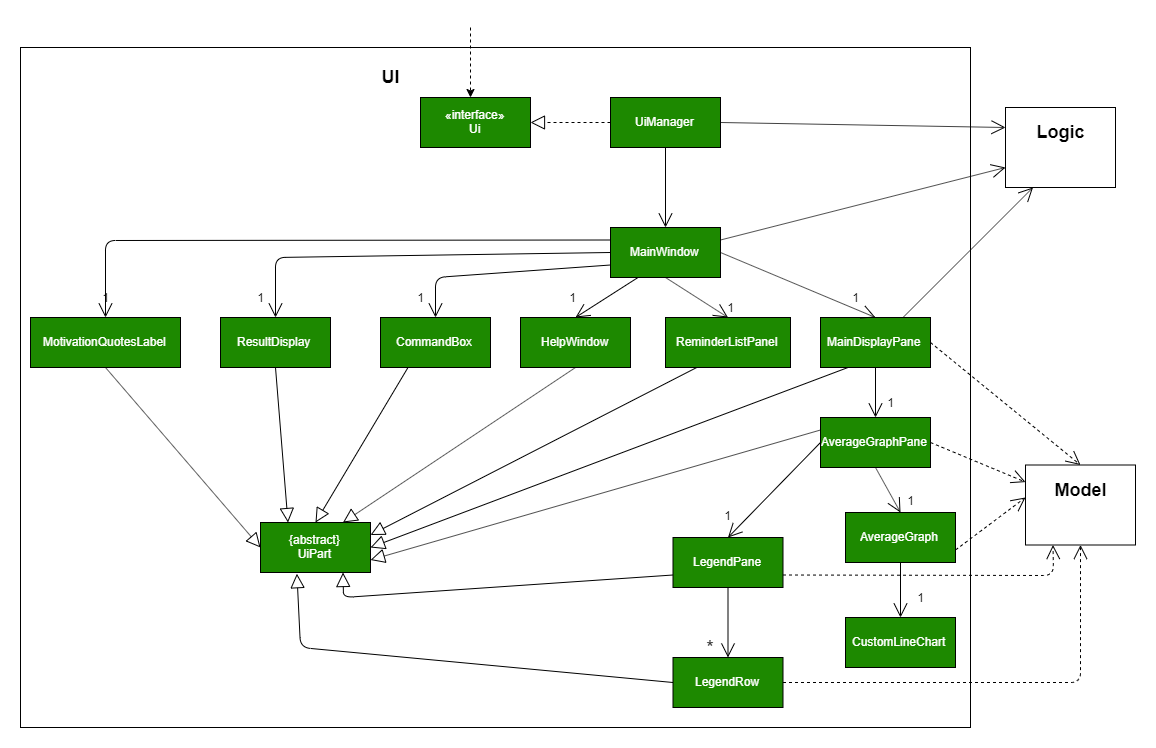
The draw.io diagram images/AverageUiClassDiagram.png in AY1920S1-CS2103-T16-1/main, before a commit. Source tidied: cells renumbered, new cells last; positions are measured from the earlier drawing's top-left corner, leaving out a move shared by most shapes.
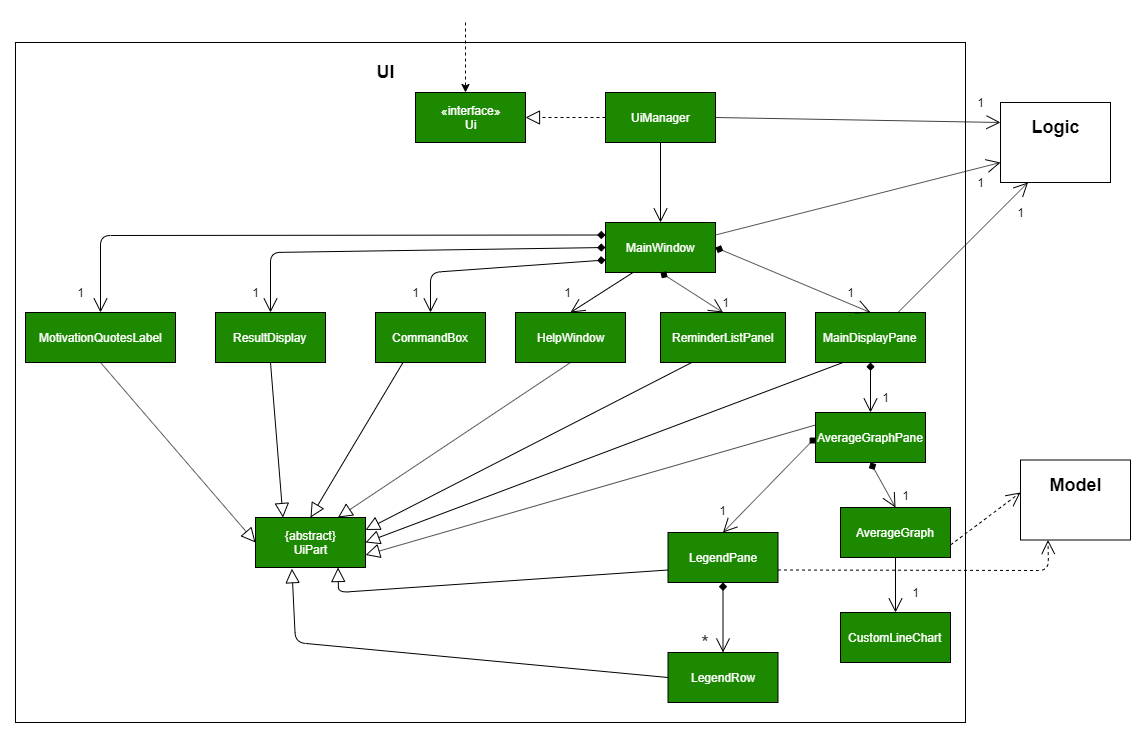
Later version of the same file.

Diff of the diagram source:
```diff
@@ -56,46 +56,46 @@
     <mxCell id="18" value="LegendPane" style="html=1;fillColor=#1D8900;fontColor=#FFFFFF;" parent="1" vertex="1">
       <mxGeometry x="652.5" y="510" width="110" height="50" as="geometry" />
     </mxCell>
-    <mxCell id="19" style="endArrow=open;endFill=1;endSize=12;html=1;exitX=0;exitY=0.25;exitDx=0;exitDy=0;entryX=0.5;entryY=0;entryDx=0;entryDy=0;" parent="1" edge="1" source="8" target="14">
+    <mxCell id="19" style="endArrow=open;endFill=1;endSize=12;html=1;exitX=0;exitY=0.25;exitDx=0;exitDy=0;entryX=0.5;entryY=0;entryDx=0;entryDy=0;startArrow=diamond;startFill=1;" parent="1" edge="1" source="8" target="14">
       <mxGeometry relative="1" as="geometry">
         <Array as="points">
           <mxPoint x="85" y="213" />
         </Array>
       </mxGeometry>
     </mxCell>
-    <mxCell id="20" style="endArrow=open;endFill=1;endSize=12;html=1;exitX=0;exitY=0.75;exitDx=0;exitDy=0;" parent="1" edge="1" source="8" target="10">
+    <mxCell id="20" style="endArrow=open;endFill=1;endSize=12;html=1;exitX=0;exitY=0.75;exitDx=0;exitDy=0;startArrow=diamond;startFill=1;" parent="1" edge="1" source="8" target="10">
       <mxGeometry relative="1" as="geometry">
         <Array as="points">
           <mxPoint x="415" y="250" />
         </Array>
       </mxGeometry>
     </mxCell>
-    <mxCell id="21" style="endArrow=open;endFill=1;endSize=12;html=1;exitX=0;exitY=0.5;exitDx=0;exitDy=0;entryX=0.5;entryY=0;entryDx=0;entryDy=0;" parent="1" edge="1" source="8" target="9">
+    <mxCell id="21" style="endArrow=open;endFill=1;endSize=12;html=1;exitX=0;exitY=0.5;exitDx=0;exitDy=0;entryX=0.5;entryY=0;entryDx=0;entryDy=0;startArrow=diamond;startFill=1;" parent="1" edge="1" source="8" target="9">
       <mxGeometry relative="1" as="geometry">
         <Array as="points">
           <mxPoint x="255" y="230" />
         </Array>
       </mxGeometry>
     </mxCell>
-    <mxCell id="22" style="endArrow=open;endFill=1;endSize=12;html=1;exitX=0.5;exitY=1;exitDx=0;exitDy=0;entryX=0.5;entryY=0;entryDx=0;entryDy=0;" parent="1" edge="1" source="8" target="12">
+    <mxCell id="22" style="endArrow=open;endFill=1;endSize=12;html=1;exitX=0.5;exitY=1;exitDx=0;exitDy=0;entryX=0.5;entryY=0;entryDx=0;entryDy=0;startArrow=diamond;startFill=1;" parent="1" edge="1" source="8" target="12">
       <mxGeometry relative="1" as="geometry" />
     </mxCell>
     <mxCell id="23" style="endArrow=open;endFill=1;endSize=12;html=1;exitX=0.25;exitY=1;exitDx=0;exitDy=0;entryX=0.5;entryY=0;entryDx=0;entryDy=0;" parent="1" edge="1" source="8" target="11">
       <mxGeometry relative="1" as="geometry" />
     </mxCell>
-    <mxCell id="24" style="endArrow=open;endFill=1;endSize=12;html=1;exitX=1;exitY=0.5;exitDx=0;exitDy=0;entryX=0.5;entryY=0;entryDx=0;entryDy=0;" parent="1" edge="1" source="8" target="13">
+    <mxCell id="24" style="endArrow=open;endFill=1;endSize=12;html=1;exitX=1;exitY=0.5;exitDx=0;exitDy=0;entryX=0.5;entryY=0;entryDx=0;entryDy=0;startArrow=diamond;startFill=1;" parent="1" edge="1" source="8" target="13">
       <mxGeometry relative="1" as="geometry" />
     </mxCell>
-    <mxCell id="25" style="endArrow=open;endFill=1;endSize=12;html=1;exitX=0.5;exitY=1;exitDx=0;exitDy=0;entryX=0.5;entryY=0;entryDx=0;entryDy=0;" parent="1" edge="1" source="13" target="15">
+    <mxCell id="25" style="endArrow=open;endFill=1;endSize=12;html=1;exitX=0.5;exitY=1;exitDx=0;exitDy=0;entryX=0.5;entryY=0;entryDx=0;entryDy=0;startArrow=diamond;startFill=1;" parent="1" edge="1" source="13" target="15">
       <mxGeometry relative="1" as="geometry" />
     </mxCell>
-    <mxCell id="26" style="endArrow=open;endFill=1;endSize=12;html=1;exitX=0.5;exitY=1;exitDx=0;exitDy=0;entryX=0.5;entryY=0;entryDx=0;entryDy=0;" parent="1" edge="1" source="15" target="16">
+    <mxCell id="26" style="endArrow=open;endFill=1;endSize=12;html=1;exitX=0.5;exitY=1;exitDx=0;exitDy=0;entryX=0.5;entryY=0;entryDx=0;entryDy=0;startArrow=diamond;startFill=1;" parent="1" edge="1" source="15" target="16">
       <mxGeometry relative="1" as="geometry" />
     </mxCell>
-    <mxCell id="27" style="endArrow=open;endFill=1;endSize=12;html=1;exitX=0;exitY=0.5;exitDx=0;exitDy=0;entryX=0.5;entryY=0;entryDx=0;entryDy=0;" parent="1" edge="1" source="15" target="18">
+    <mxCell id="27" style="endArrow=open;endFill=1;endSize=12;html=1;exitX=0;exitY=0.5;exitDx=0;exitDy=0;entryX=0.5;entryY=0;entryDx=0;entryDy=0;startArrow=diamond;startFill=1;" parent="1" edge="1" source="15" target="18">
       <mxGeometry relative="1" as="geometry" />
     </mxCell>
-    <mxCell id="28" style="endArrow=open;endFill=1;endSize=12;html=1;exitX=0.5;exitY=1;exitDx=0;exitDy=0;entryX=0.5;entryY=0;entryDx=0;entryDy=0;" parent="1" edge="1" source="18" target="17">
+    <mxCell id="28" style="endArrow=open;endFill=1;endSize=12;html=1;exitX=0.5;exitY=1;exitDx=0;exitDy=0;entryX=0.5;entryY=0;entryDx=0;entryDy=0;startArrow=diamond;startFill=1;" parent="1" edge="1" source="18" target="17">
       <mxGeometry relative="1" as="geometry" />
     </mxCell>
     <mxCell id="29" value="{abstract}&lt;br&gt;UiPart" style="html=1;fillColor=#1D8900;fontColor=#FFFFFF;" parent="1" vertex="1">
@@ -161,13 +161,6 @@
         </Array>
       </mxGeometry>
     </mxCell>
-    <mxCell id="46" style="endArrow=open;endFill=1;endSize=12;html=1;dashed=1;exitX=1;exitY=0.5;exitDx=0;exitDy=0;entryX=0.5;entryY=1;entryDx=0;entryDy=0;" parent="1" edge="1" source="17" target="42">
-      <mxGeometry relative="1" as="geometry">
-        <Array as="points">
-          <mxPoint x="1060" y="655" />
-        </Array>
-      </mxGeometry>
-    </mxCell>
     <mxCell id="47" value="CustomLineChart" style="html=1;fillColor=#1D8900;fontColor=#FFFFFF;" parent="1" vertex="1">
       <mxGeometry x="825" y="590" width="110" height="50" as="geometry" />
     </mxCell>
@@ -210,17 +203,20 @@
     <mxCell id="60" style="endArrow=open;endFill=1;endSize=12;html=1;exitX=0.75;exitY=0;exitDx=0;exitDy=0;entryX=0.25;entryY=1;entryDx=0;entryDy=0;" parent="1" edge="1" source="13" target="40">
       <mxGeometry relative="1" as="geometry" />
     </mxCell>
-    <mxCell id="61" style="endArrow=open;endFill=1;endSize=12;html=1;dashed=1;exitX=1;exitY=0.5;exitDx=0;exitDy=0;entryX=0.5;entryY=0;entryDx=0;entryDy=0;" parent="1" edge="1" source="13" target="42">
-      <mxGeometry relative="1" as="geometry" />
-    </mxCell>
     <mxCell id="62" style="endArrow=block;endFill=0;endSize=12;html=1;entryX=1;entryY=0.75;entryDx=0;entryDy=0;exitX=0;exitY=0.25;exitDx=0;exitDy=0;" parent="1" edge="1" source="15" target="29">
       <mxGeometry relative="1" as="geometry" />
     </mxCell>
-    <mxCell id="63" style="endArrow=open;endFill=1;endSize=12;html=1;dashed=1;exitX=1;exitY=0.5;exitDx=0;exitDy=0;" parent="1" edge="1" source="15" target="42">
-      <mxGeometry relative="1" as="geometry" />
-    </mxCell>
     <mxCell id="64" value="1" style="text;html=1;strokeColor=none;fillColor=none;align=center;verticalAlign=middle;whiteSpace=wrap;rounded=0;" parent="1" vertex="1">
-      <mxGeometry x="65" y="260" width="40" height="20" as="geometry" />
+      <mxGeometry x="45" y="260" width="40" height="20" as="geometry" />
     </mxCell>
+    <mxCell id="65" value="1" style="text;html=1;strokeColor=none;fillColor=none;align=center;verticalAlign=middle;whiteSpace=wrap;rounded=0;" parent="1" vertex="1">
+      <mxGeometry x="945" y="150" width="40" height="20" as="geometry" />
+    </mxCell>
+    <mxCell id="66" value="1" style="text;html=1;strokeColor=none;fillColor=none;align=center;verticalAlign=middle;whiteSpace=wrap;rounded=0;" parent="1" vertex="1">
+      <mxGeometry x="985" y="180" width="40" height="20" as="geometry" />
+    </mxCell>
+    <mxCell id="67" value="1" style="text;html=1;strokeColor=none;fillColor=none;align=center;verticalAlign=middle;whiteSpace=wrap;rounded=0;" parent="1" vertex="1">
+      <mxGeometry x="945" y="70" width="40" height="20" as="geometry" />
+    </mxCell>
   </root>
 </mxGraphModel>
```
